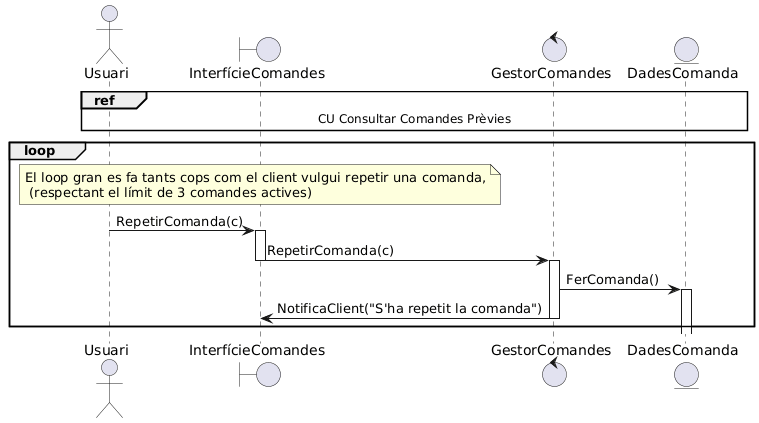
The PlantUML diagram documents/Diagrames i Especificacions/Seqüencia/seta/4 - Repetir Comandes Prèvies.png in martipages/ES23UAB431-02, before a commit.
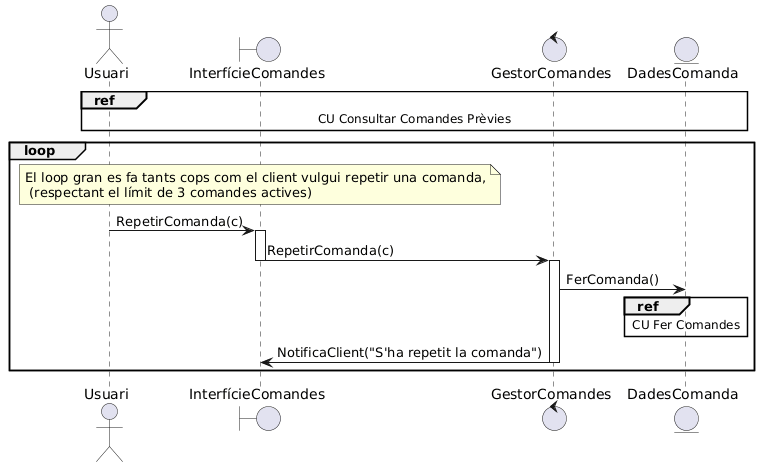
After the change.

Diff of the diagram source:
```diff
@@ -10,7 +10,8 @@
 
 Usuari -> InterfícieComandes++: RepetirComanda(c)
 InterfícieComandes -> GestorComandes--++: RepetirComanda(c)
-GestorComandes -> DadesComanda++: FerComanda()
+GestorComandes -> DadesComanda : FerComanda()
+ref over DadesComanda : CU Fer Comandes
 
 GestorComandes -> InterfícieComandes--: NotificaClient("S'ha repetit la comanda")
 end
```
